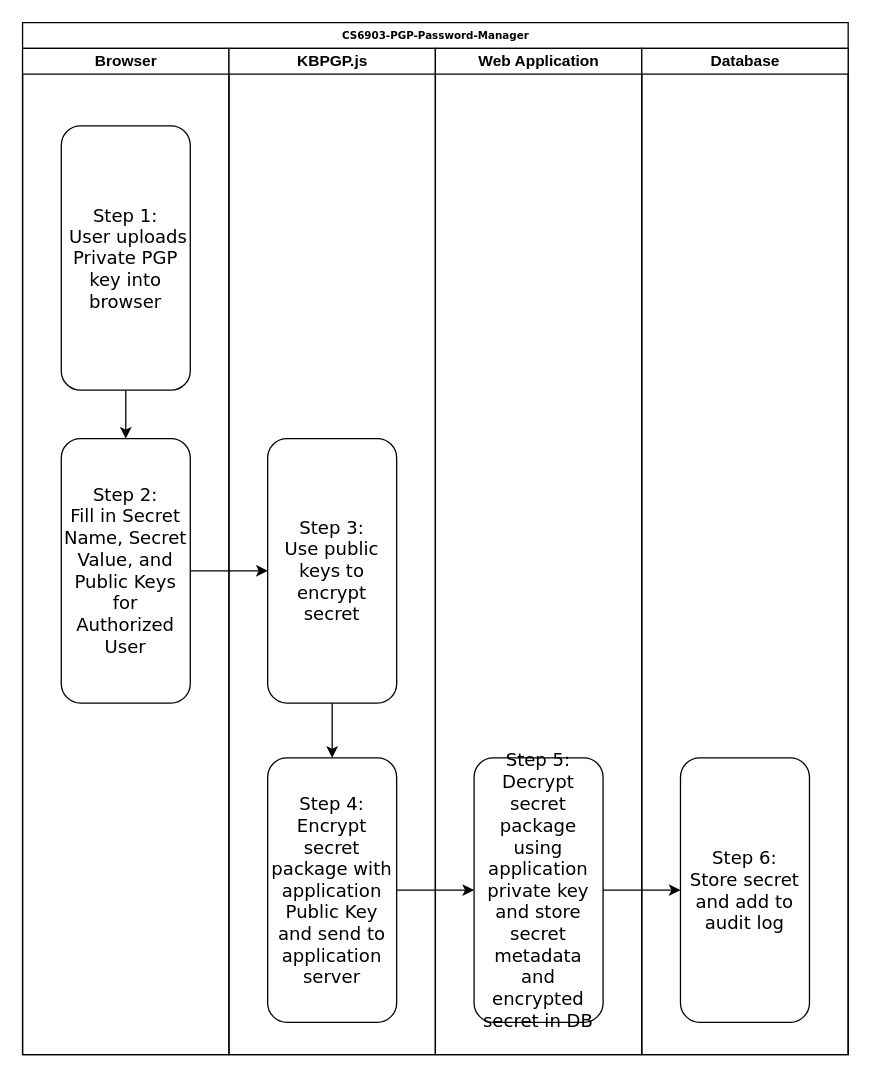
joelbcastillo/CS6903-PGP-Password-Manager keeps this draw.io diagram as page "Encryption Workflow" (1 of 3) of documentation/CS6903-PGP-Password-Manager-Workflow.drawio. Above is the earlier version. Source tidied: cells renumbered, new cells numbered last; positions are measured from the earlier drawing's top-left corner, leaving out a move shared by most shapes. Both pictures are drawn from the tidied source at 129%, with x=0, y=0 at pixel (22, 22).
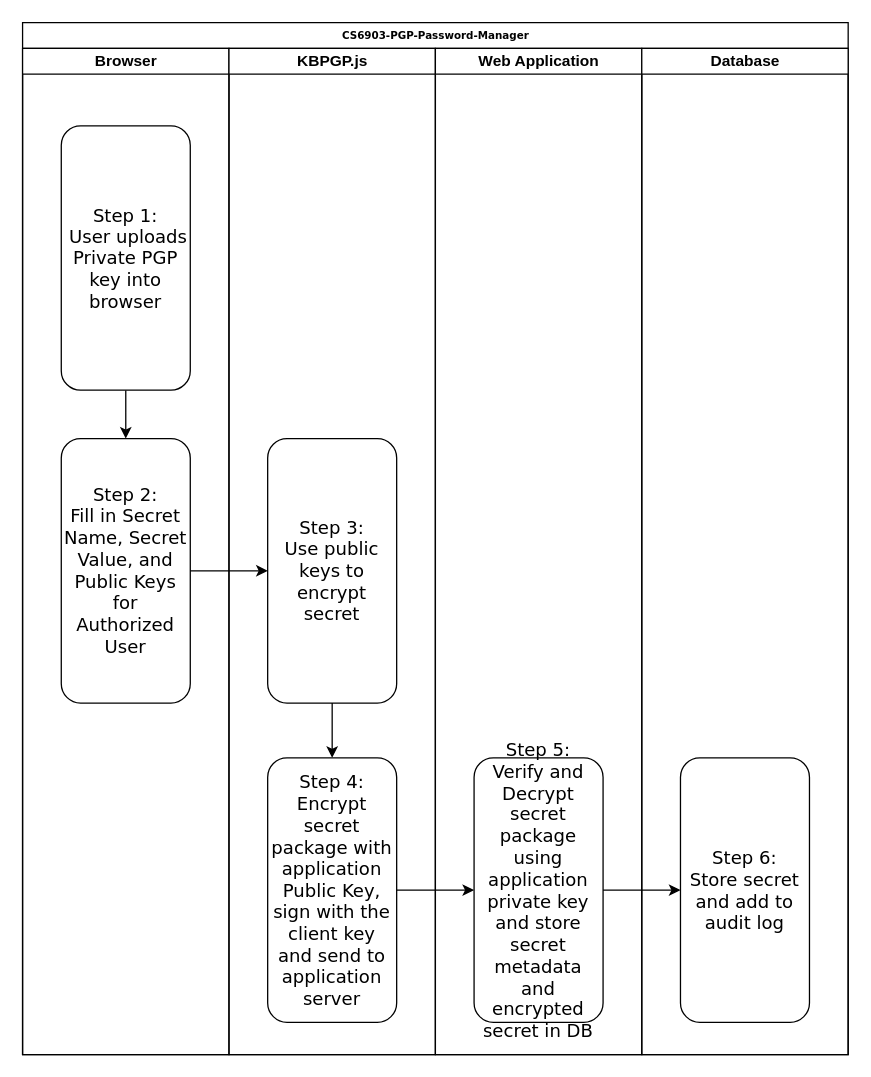
The same page after the edit.

Unchanged cells that the change refers to:
```xml
<mxCell id="18" value="KBPGP.js" style="swimlane;html=1;startSize=20;" parent="2" vertex="1">
  <mxGeometry x="160" y="20" width="160" height="780" as="geometry" />
</mxCell>
<mxCell id="22" value="Web Application" style="swimlane;html=1;startSize=20;" parent="2" vertex="1">
  <mxGeometry x="320" y="20" width="160" height="780" as="geometry" />
</mxCell>
```

The edit, as a diff of the source:
```diff
@@
-    <mxCell id="21" value="&lt;font style=&quot;font-size: 14px&quot;&gt;Step 4: Encrypt secret package with application Public Key and send to application server&lt;br&gt;&lt;/font&gt;" style="rounded=1;whiteSpace=wrap;html=1;shadow=0;labelBackgroundColor=none;strokeWidth=1;fontFamily=Verdana;fontSize=8;align=center;" parent="18" vertex="1">
+    <mxCell id="21" value="&lt;font style=&quot;font-size: 14px&quot;&gt;Step 4: Encrypt secret package with application Public Key, sign with the client key and send to application server&lt;br&gt;&lt;/font&gt;" style="rounded=1;whiteSpace=wrap;html=1;shadow=0;labelBackgroundColor=none;strokeWidth=1;fontFamily=Verdana;fontSize=8;align=center;" parent="18" vertex="1">
       <mxGeometry x="30" y="550" width="100" height="205" as="geometry" />
     </mxCell>
@@
-    <mxCell id="24" value="&lt;font style=&quot;font-size: 14px&quot;&gt;Step 5:&lt;br&gt;Decrypt secret package using application private key and store secret metadata and encrypted secret in DB&lt;br&gt;&lt;/font&gt;" style="rounded=1;whiteSpace=wrap;html=1;shadow=0;labelBackgroundColor=none;strokeWidth=1;fontFamily=Verdana;fontSize=8;align=center;" parent="22" vertex="1">
+    <mxCell id="24" value="&lt;font style=&quot;font-size: 14px&quot;&gt;Step 5:&lt;br&gt;Verify and Decrypt secret package using application private key and store secret metadata and encrypted secret in DB&lt;br&gt;&lt;/font&gt;" style="rounded=1;whiteSpace=wrap;html=1;shadow=0;labelBackgroundColor=none;strokeWidth=1;fontFamily=Verdana;fontSize=8;align=center;" parent="22" vertex="1">
       <mxGeometry x="30" y="550" width="100" height="205" as="geometry" />
     </mxCell>
```
